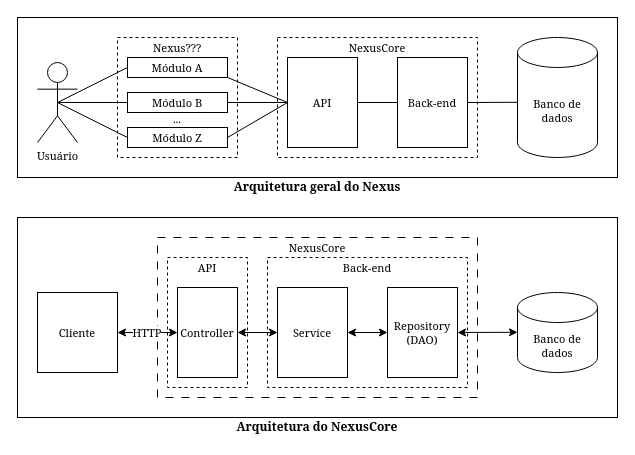
This is page "arquiteturas" (2 of 3) of docs/diagramas.drawio from therapies-love-kids/nexus, a draw.io file, before an edit. Source tidied: cells renumbered, new cells numbered last; positions are measured from the earlier drawing's top-left corner, leaving out a move shared by most shapes. Both pictures are drawn from the tidied source at 100%, with x=0, y=0 at pixel (17, 17).
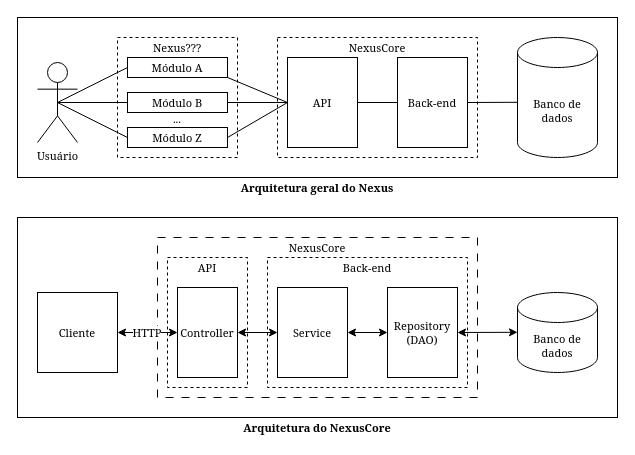
Above is the later version.

The edit, as a diff of the source:
```diff
@@
-    <mxCell id="6" value="&lt;b&gt;Arquitetura geral do Nexus&lt;/b&gt;" style="text;html=1;align=center;verticalAlign=middle;whiteSpace=wrap;rounded=0;fontFamily=Georgia;labelBorderColor=none;fontSize=12;" parent="1" vertex="1">
+    <mxCell id="6" value="&lt;b&gt;Arquitetura geral do Nexus&lt;/b&gt;" style="text;html=1;align=center;verticalAlign=middle;whiteSpace=wrap;rounded=0;fontFamily=Georgia;labelBorderColor=none;fontSize=11;" parent="1" vertex="1">
       <mxGeometry y="160" width="600" height="20" as="geometry" />
     </mxCell>
@@
-    <mxCell id="40" value="&lt;b&gt;Arquitetura do NexusCore&lt;/b&gt;" style="text;html=1;align=center;verticalAlign=middle;whiteSpace=wrap;rounded=0;fontFamily=Georgia;labelBorderColor=none;fontSize=12;" parent="1" vertex="1">
+    <mxCell id="40" value="&lt;b&gt;Arquitetura do NexusCore&lt;/b&gt;" style="text;html=1;align=center;verticalAlign=middle;whiteSpace=wrap;rounded=0;fontFamily=Georgia;labelBorderColor=none;fontSize=11;" parent="1" vertex="1">
       <mxGeometry y="400" width="600" height="20" as="geometry" />
     </mxCell>
```
